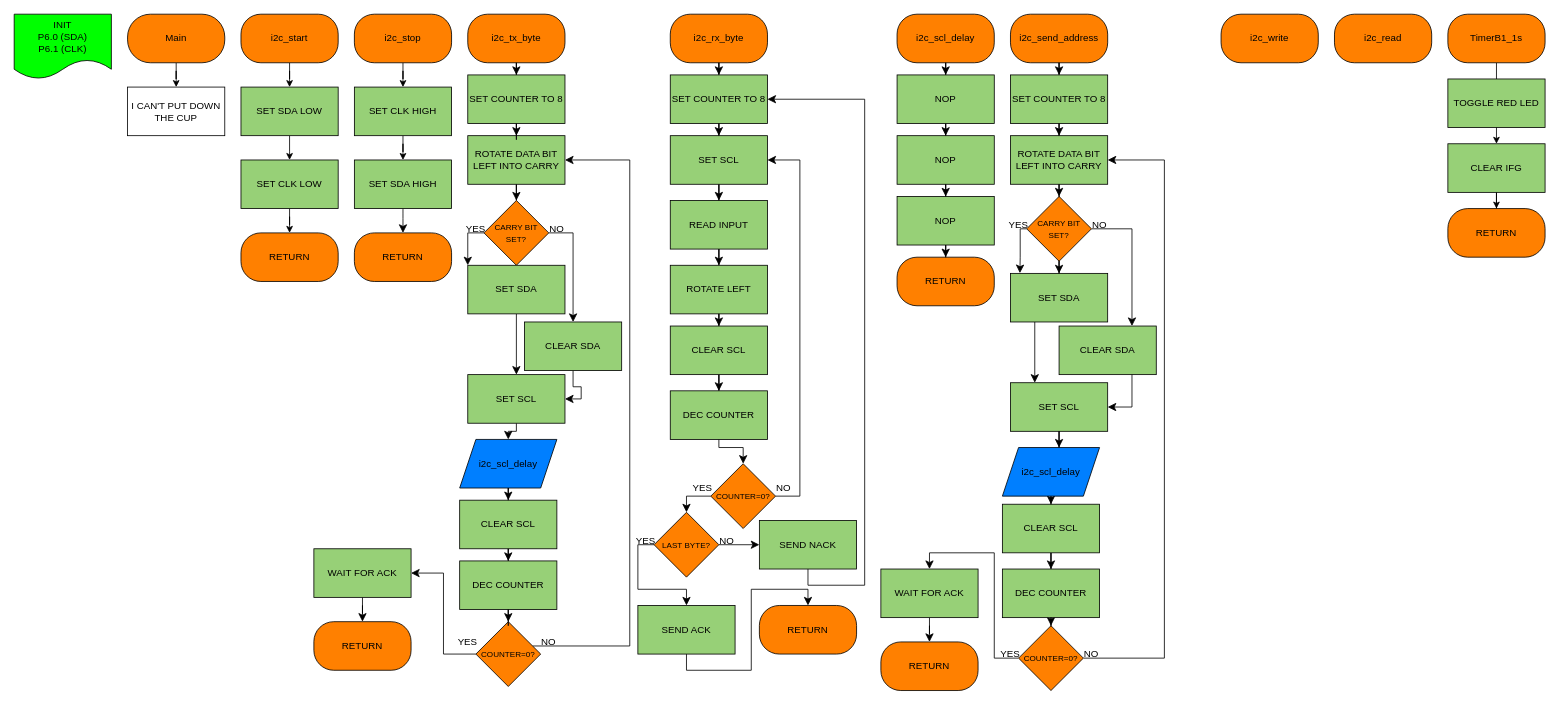
Before: docs/assets/proj2-flowchart.drawio in msu-eele-465/project2-aaron-beau, a draw.io diagram. Source tidied: cells renumbered, new cells numbered last; positions are measured from the earlier drawing's top-left corner, leaving out a move shared by most shapes. Both pictures are drawn from the tidied source at 81%, with x=0, y=0 at pixel (14, 14).
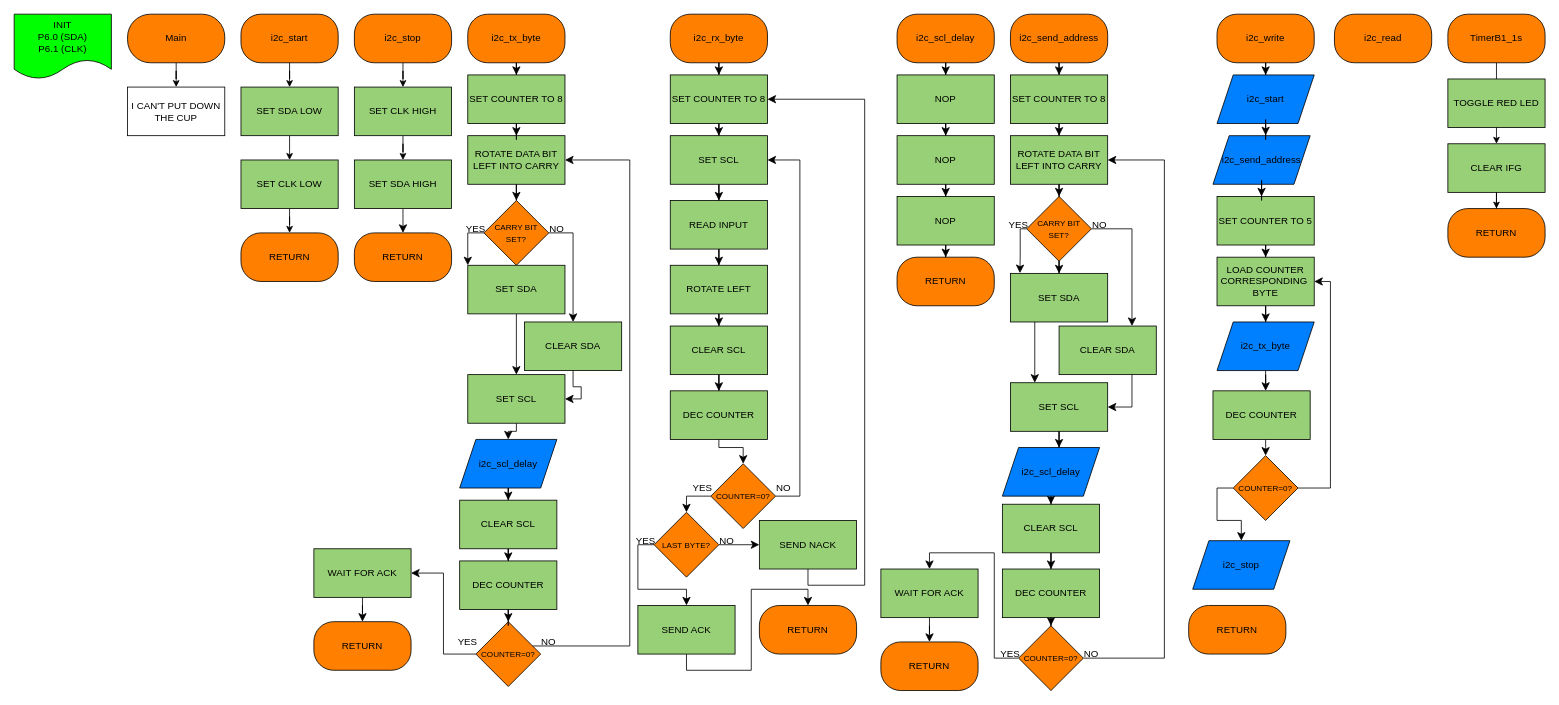
The same diagram, later.

Commit message:
i2c_write sub updates

Diff of the diagram source:
```diff
@@
+    <mxCell id="130" style="edgeStyle=orthogonalEdgeStyle;shape=connector;curved=0;rounded=0;jettySize=auto;html=1;entryX=0.5;entryY=0;entryDx=0;entryDy=0;strokeColor=default;align=center;verticalAlign=middle;fontFamily=Helvetica;fontSize=12;fontColor=default;labelBackgroundColor=default;startSize=8;endArrow=classic;endSize=8;" parent="1" edge="1" source="28" target="133">
+      <mxGeometry relative="1" as="geometry" />
+    </mxCell>
     <mxCell id="28" value="i2c_write" style="rounded=1;whiteSpace=wrap;html=1;fillColor=#FF8000;arcSize=41;" parent="1" vertex="1">
-      <mxGeometry x="1490" width="120" height="60" as="geometry" />
+      <mxGeometry x="1485" width="120" height="60" as="geometry" />
     </mxCell>
@@
+    <mxCell id="131" style="edgeStyle=orthogonalEdgeStyle;shape=connector;curved=0;rounded=0;jettySize=auto;html=1;strokeColor=default;align=center;verticalAlign=middle;fontFamily=Helvetica;fontSize=12;fontColor=default;labelBackgroundColor=default;startSize=8;endArrow=classic;endSize=8;" parent="1" edge="1" source="132" target="136">
+      <mxGeometry relative="1" as="geometry" />
+    </mxCell>
+    <mxCell id="132" value="SET COUNTER TO 5" style="rounded=0;whiteSpace=wrap;html=1;fillColor=#97D077;" parent="1" vertex="1">
+      <mxGeometry x="1485" y="225" width="120" height="60" as="geometry" />
+    </mxCell>
+    <mxCell id="133" value="i2c_start" style="shape=parallelogram;perimeter=parallelogramPerimeter;whiteSpace=wrap;html=1;fixedSize=1;fillColor=#007FFF;rounded=0;" parent="1" vertex="1">
+      <mxGeometry x="1485" y="75" width="120" height="60" as="geometry" />
+    </mxCell>
+    <mxCell id="134" value="i2c_send_address" style="shape=parallelogram;perimeter=parallelogramPerimeter;whiteSpace=wrap;html=1;fixedSize=1;fillColor=#007FFF;rounded=0;" parent="1" vertex="1">
+      <mxGeometry x="1480" y="150" width="120" height="60" as="geometry" />
+    </mxCell>
+    <mxCell id="135" style="edgeStyle=orthogonalEdgeStyle;shape=connector;curved=0;rounded=0;jettySize=auto;html=1;entryX=0.5;entryY=0;entryDx=0;entryDy=0;strokeColor=default;align=center;verticalAlign=middle;fontFamily=Helvetica;fontSize=12;fontColor=default;labelBackgroundColor=default;startSize=8;endArrow=classic;endSize=8;" parent="1" edge="1" source="136" target="137">
+      <mxGeometry relative="1" as="geometry" />
+    </mxCell>
+    <mxCell id="136" value="LOAD COUNTER&lt;div&gt;CORRESPONDING&amp;nbsp;&lt;div&gt;BYTE&lt;/div&gt;&lt;/div&gt;" style="rounded=0;whiteSpace=wrap;html=1;fillColor=#97D077;" parent="1" vertex="1">
+      <mxGeometry x="1485" y="300" width="120" height="60" as="geometry" />
+    </mxCell>
+    <mxCell id="137" value="i2c_tx_byte" style="shape=parallelogram;perimeter=parallelogramPerimeter;whiteSpace=wrap;html=1;fixedSize=1;fillColor=#007FFF;rounded=0;" parent="1" vertex="1">
+      <mxGeometry x="1485" y="380" width="120" height="60" as="geometry" />
+    </mxCell>
+    <mxCell id="138" style="edgeStyle=orthogonalEdgeStyle;shape=connector;curved=0;rounded=0;jettySize=auto;html=1;entryX=0.5;entryY=0;entryDx=0;entryDy=0;strokeColor=default;align=center;verticalAlign=middle;fontFamily=Helvetica;fontSize=12;fontColor=default;labelBackgroundColor=default;startSize=8;endArrow=classic;endSize=8;" parent="1" edge="1" source="139" target="142">
+      <mxGeometry relative="1" as="geometry">
+        <Array as="points">
+          <mxPoint x="1545" y="535" />
+          <mxPoint x="1545" y="535" />
+        </Array>
+      </mxGeometry>
+    </mxCell>
+    <mxCell id="139" value="DEC COUNTER" style="rounded=0;whiteSpace=wrap;html=1;fillColor=#97D077;" parent="1" vertex="1">
+      <mxGeometry x="1480" y="465" width="120" height="60" as="geometry" />
+    </mxCell>
+    <mxCell id="140" style="edgeStyle=orthogonalEdgeStyle;shape=connector;curved=0;rounded=0;jettySize=auto;html=1;entryX=0.5;entryY=0;entryDx=0;entryDy=0;strokeColor=default;align=center;verticalAlign=middle;fontFamily=Helvetica;fontSize=12;fontColor=default;labelBackgroundColor=default;startSize=8;endArrow=classic;endSize=8;exitX=0;exitY=0.5;exitDx=0;exitDy=0;" parent="1" edge="1" source="142" target="143">
+      <mxGeometry relative="1" as="geometry">
+        <Array as="points">
+          <mxPoint x="1485" y="585" />
+          <mxPoint x="1485" y="625" />
+          <mxPoint x="1515" y="625" />
+        </Array>
+      </mxGeometry>
+    </mxCell>
+    <mxCell id="141" style="edgeStyle=orthogonalEdgeStyle;shape=connector;curved=0;rounded=0;jettySize=auto;html=1;entryX=1;entryY=0.5;entryDx=0;entryDy=0;strokeColor=default;align=center;verticalAlign=middle;fontFamily=Helvetica;fontSize=12;fontColor=default;labelBackgroundColor=default;startSize=8;endArrow=classic;endSize=8;" parent="1" edge="1" source="142" target="136">
+      <mxGeometry relative="1" as="geometry">
+        <Array as="points">
+          <mxPoint x="1625" y="585" />
+          <mxPoint x="1625" y="330" />
+        </Array>
+      </mxGeometry>
+    </mxCell>
+    <mxCell id="142" value="&lt;span style=&quot;font-size: 10px;&quot;&gt;COUNTER=0?&lt;/span&gt;" style="rhombus;whiteSpace=wrap;html=1;fillColor=#FF8000;rounded=0;" parent="1" vertex="1">
+      <mxGeometry x="1505" y="545" width="80" height="80" as="geometry" />
+    </mxCell>
+    <mxCell id="143" value="i2c_stop" style="shape=parallelogram;perimeter=parallelogramPerimeter;whiteSpace=wrap;html=1;fixedSize=1;fillColor=#007FFF;rounded=0;" parent="1" vertex="1">
+      <mxGeometry x="1455" y="650" width="120" height="60" as="geometry" />
+    </mxCell>
+    <mxCell id="144" value="RETURN" style="rounded=1;whiteSpace=wrap;html=1;fillColor=#FF8000;arcSize=41;" parent="1" vertex="1">
+      <mxGeometry x="1450" y="730" width="120" height="60" as="geometry" />
+    </mxCell>
+    <mxCell id="145" style="edgeStyle=orthogonalEdgeStyle;shape=connector;curved=0;rounded=0;jettySize=auto;html=1;entryX=0.542;entryY=-0.008;entryDx=0;entryDy=0;entryPerimeter=0;strokeColor=default;align=center;verticalAlign=middle;fontFamily=Helvetica;fontSize=12;fontColor=default;labelBackgroundColor=default;startSize=8;endArrow=classic;endSize=8;" parent="1" edge="1" source="133" target="134">
+      <mxGeometry relative="1" as="geometry" />
+    </mxCell>
+    <mxCell id="146" style="edgeStyle=orthogonalEdgeStyle;shape=connector;curved=0;rounded=0;jettySize=auto;html=1;entryX=0.458;entryY=0;entryDx=0;entryDy=0;entryPerimeter=0;strokeColor=default;align=center;verticalAlign=middle;fontFamily=Helvetica;fontSize=12;fontColor=default;labelBackgroundColor=default;startSize=8;endArrow=classic;endSize=8;" parent="1" edge="1" source="134" target="132">
+      <mxGeometry relative="1" as="geometry" />
+    </mxCell>
+    <mxCell id="147" style="edgeStyle=orthogonalEdgeStyle;shape=connector;curved=0;rounded=0;jettySize=auto;html=1;entryX=0.542;entryY=0;entryDx=0;entryDy=0;entryPerimeter=0;strokeColor=default;align=center;verticalAlign=middle;fontFamily=Helvetica;fontSize=12;fontColor=default;labelBackgroundColor=default;startSize=8;endArrow=classic;endSize=8;" parent="1" edge="1" source="137" target="139">
+      <mxGeometry relative="1" as="geometry" />
+    </mxCell>
```
